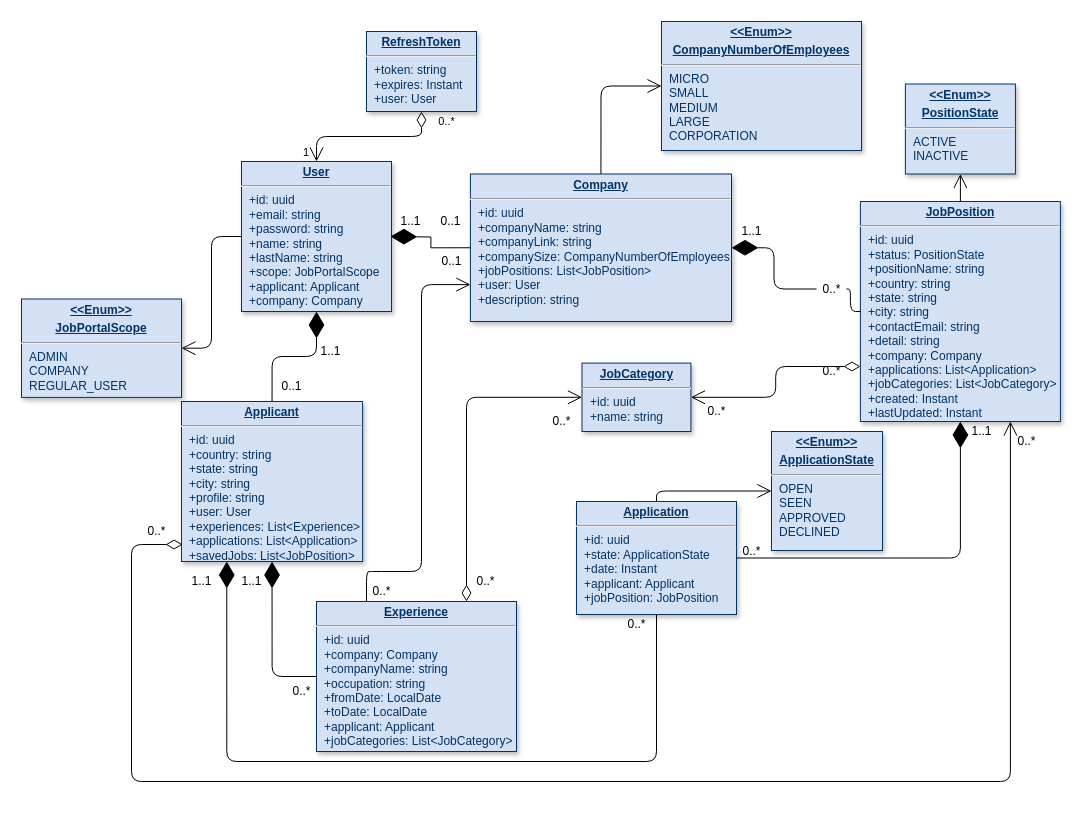
BUTAJI9l-IT/job-portal keeps this draw.io diagram as diagrams/Class.drawio. Above is the earlier version. Source tidied: cells renumbered, new cells numbered last; positions are measured from the earlier drawing's top-left corner, leaving out a move shared by most shapes. Both pictures are drawn from the tidied source at 100%, with x=0, y=0 at pixel (21, 21).
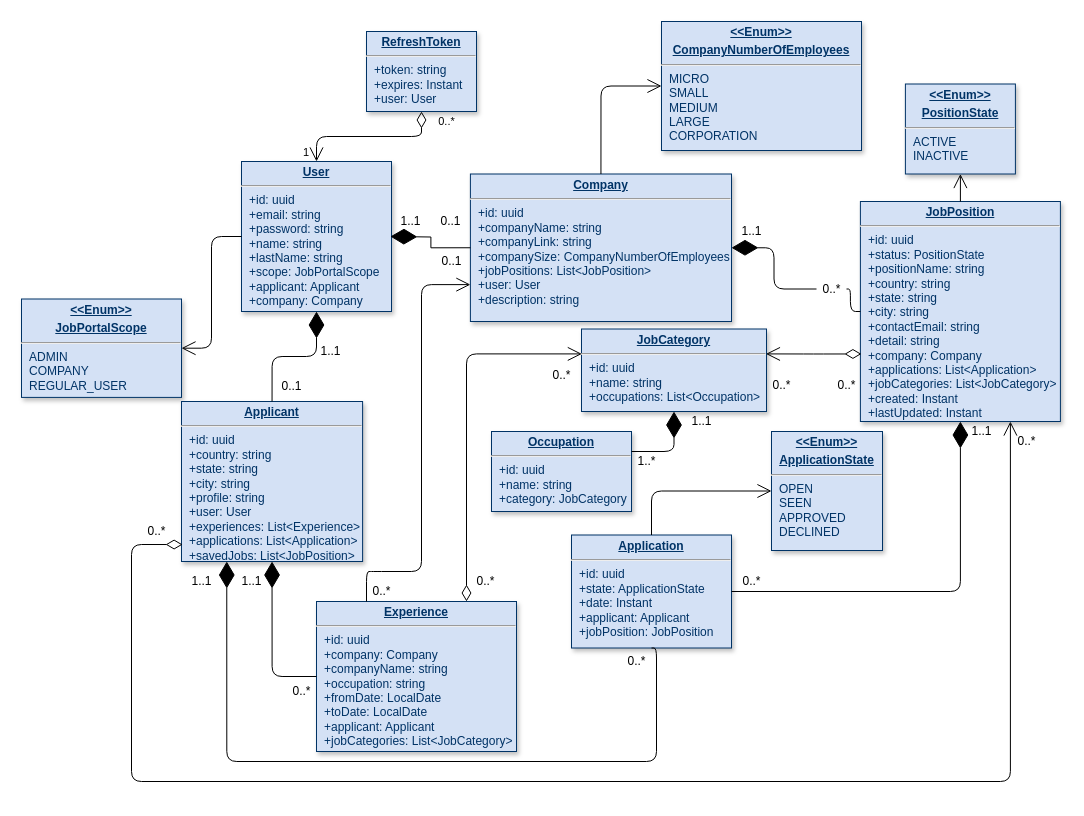
Above is the later version.

Unchanged cells that the change refers to:
```xml
<mxCell id="9" value="&lt;p style=&quot;margin: 0px; margin-top: 4px; text-align: center; text-decoration: underline;&quot;&gt;&lt;b&gt;JobPosition&lt;/b&gt;&lt;/p&gt;&lt;hr&gt;&lt;p style=&quot;margin: 0px; margin-left: 8px;&quot;&gt;+id: uuid&lt;/p&gt;&lt;p style=&quot;margin: 0px; margin-left: 8px;&quot;&gt;+status: PositionState&lt;/p&gt;&lt;p style=&quot;margin: 0px; margin-left: 8px;&quot;&gt;+positionName: string&lt;/p&gt;&lt;p style=&quot;margin: 0px; margin-left: 8px;&quot;&gt;+country: string&lt;/p&gt;&lt;p style=&quot;margin: 0px; margin-left: 8px;&quot;&gt;+state: string&lt;/p&gt;&lt;p style=&quot;margin: 0px; margin-left: 8px;&quot;&gt;+city: string&lt;/p&gt;&lt;p style=&quot;margin: 0px; margin-left: 8px;&quot;&gt;+contactEmail: string&lt;br&gt;+detail: string&lt;/p&gt;&lt;p style=&quot;margin: 0px; margin-left: 8px;&quot;&gt;+company: Company&lt;/p&gt;&lt;p style=&quot;margin: 0px; margin-left: 8px;&quot;&gt;+applications: List&amp;lt;Application&amp;gt;&lt;/p&gt;&lt;p style=&quot;margin: 0px; margin-left: 8px;&quot;&gt;+jobCategories: List&amp;lt;JobCategory&amp;gt;&lt;/p&gt;&lt;p style=&quot;margin: 0px; margin-left: 8px;&quot;&gt;+created: Instant&lt;/p&gt;&lt;p style=&quot;margin: 0px; margin-left: 8px;&quot;&gt;+lastUpdated: Instant&lt;/p&gt;" style="verticalAlign=top;align=left;overflow=fill;fontSize=12;fontFamily=Helvetica;html=1;strokeColor=#003366;shadow=1;fillColor=#D4E1F5;fontColor=#003366;" parent="1" vertex="1">
  <mxGeometry x="838.9" y="180" width="200" height="220" as="geometry" />
</mxCell>
<mxCell id="10" value="&lt;p style=&quot;margin: 0px; margin-top: 4px; text-align: center; text-decoration: underline;&quot;&gt;&lt;strong&gt;Experience&lt;/strong&gt;&lt;/p&gt;&lt;hr&gt;&lt;p style=&quot;margin: 0px; margin-left: 8px;&quot;&gt;+id: uuid&lt;/p&gt;&lt;p style=&quot;margin: 0px; margin-left: 8px;&quot;&gt;+company: Company&lt;/p&gt;&lt;p style=&quot;margin: 0px; margin-left: 8px;&quot;&gt;+companyName: string&lt;/p&gt;&lt;p style=&quot;margin: 0px; margin-left: 8px;&quot;&gt;+occupation: string&lt;/p&gt;&lt;p style=&quot;margin: 0px; margin-left: 8px;&quot;&gt;+fromDate&lt;span style=&quot;background-color: initial;&quot;&gt;: LocalDate&lt;/span&gt;&lt;/p&gt;&lt;p style=&quot;margin: 0px; margin-left: 8px;&quot;&gt;+toDate: LocalDate&lt;/p&gt;&lt;p style=&quot;margin: 0px; margin-left: 8px;&quot;&gt;+applicant: Applicant&lt;/p&gt;&lt;p style=&quot;margin: 0px; margin-left: 8px;&quot;&gt;+jobCategories: List&amp;lt;JobCategory&amp;gt;&lt;/p&gt;" style="verticalAlign=top;align=left;overflow=fill;fontSize=12;fontFamily=Helvetica;html=1;strokeColor=#003366;shadow=1;fillColor=#D4E1F5;fontColor=#003366;" parent="1" vertex="1">
  <mxGeometry x="295" y="580" width="200" height="150" as="geometry" />
</mxCell>
```

The edit, as a diff of the source:
```diff
@@
-    <mxCell id="6" value="&lt;p style=&quot;margin: 0px; margin-top: 4px; text-align: center; text-decoration: underline;&quot;&gt;&lt;strong&gt;JobCategory&lt;/strong&gt;&lt;/p&gt;&lt;hr&gt;&lt;p style=&quot;margin: 0px; margin-left: 8px;&quot;&gt;+id: uuid&lt;/p&gt;&lt;p style=&quot;margin: 0px; margin-left: 8px;&quot;&gt;+name: string&lt;/p&gt;" style="verticalAlign=top;align=left;overflow=fill;fontSize=12;fontFamily=Helvetica;html=1;strokeColor=#003366;shadow=1;fillColor=#D4E1F5;fontColor=#003366;" parent="1" vertex="1">
-      <mxGeometry x="560.5" y="341.6" width="108.9" height="68.4" as="geometry" />
+    <mxCell id="6" value="&lt;p style=&quot;margin: 0px; margin-top: 4px; text-align: center; text-decoration: underline;&quot;&gt;&lt;strong&gt;JobCategory&lt;/strong&gt;&lt;/p&gt;&lt;hr&gt;&lt;p style=&quot;margin: 0px; margin-left: 8px;&quot;&gt;+id: uuid&lt;/p&gt;&lt;p style=&quot;margin: 0px; margin-left: 8px;&quot;&gt;+name: string&lt;/p&gt;&lt;p style=&quot;margin: 0px; margin-left: 8px;&quot;&gt;+occupations: List&amp;lt;Occupation&amp;gt;&lt;/p&gt;" style="verticalAlign=top;align=left;overflow=fill;fontSize=12;fontFamily=Helvetica;html=1;strokeColor=#003366;shadow=1;fillColor=#D4E1F5;fontColor=#003366;" parent="1" vertex="1">
+      <mxGeometry x="560" y="307.5" width="185" height="82.5" as="geometry" />
     </mxCell>
     <mxCell id="7" value="&lt;p style=&quot;margin: 0px; margin-top: 4px; text-align: center; text-decoration: underline;&quot;&gt;&lt;b&gt;Application&lt;/b&gt;&lt;/p&gt;&lt;hr&gt;&lt;p style=&quot;margin: 0px; margin-left: 8px;&quot;&gt;+id: uuid&lt;/p&gt;&lt;p style=&quot;margin: 0px; margin-left: 8px;&quot;&gt;+state: ApplicationState&lt;/p&gt;&lt;p style=&quot;margin: 0px; margin-left: 8px;&quot;&gt;+date: Instant&lt;/p&gt;&lt;p style=&quot;margin: 0px; margin-left: 8px;&quot;&gt;+applicant: Applicant&lt;/p&gt;&lt;p style=&quot;margin: 0px; margin-left: 8px;&quot;&gt;+jobPosition: JobPosition&lt;/p&gt;" style="verticalAlign=top;align=left;overflow=fill;fontSize=12;fontFamily=Helvetica;html=1;strokeColor=#003366;shadow=1;fillColor=#D4E1F5;fontColor=#003366;" parent="1" vertex="1">
-      <mxGeometry x="555" y="480" width="160" height="113" as="geometry" />
+      <mxGeometry x="550" y="513.5" width="160" height="113" as="geometry" />
     </mxCell>
@@
     <mxCell id="21" value="0..*" style="text;html=1;align=center;verticalAlign=middle;strokeColor=none;fillColor=none;" parent="1" vertex="1">
-      <mxGeometry x="715" y="520" width="30" height="20" as="geometry" />
+      <mxGeometry x="715" y="550" width="30" height="20" as="geometry" />
     </mxCell>
@@
-    <mxCell id="24" value="1" style="endArrow=open;html=1;endSize=12;startArrow=diamondThin;startSize=14;startFill=0;edgeStyle=orthogonalEdgeStyle;align=left;verticalAlign=bottom;rounded=1;exitX=0;exitY=0.75;exitDx=0;exitDy=0;entryX=1;entryY=0.5;entryDx=0;entryDy=0;strokeWidth=1;fontColor=none;noLabel=1;" parent="1" edge="1" source="9" target="6">
+    <mxCell id="24" value="1" style="endArrow=open;html=1;endSize=12;startArrow=diamondThin;startSize=14;startFill=0;edgeStyle=orthogonalEdgeStyle;align=left;verticalAlign=bottom;rounded=1;exitX=0.005;exitY=0.693;exitDx=0;exitDy=0;strokeWidth=1;fontColor=none;noLabel=1;exitPerimeter=0;entryX=0.997;entryY=0.302;entryDx=0;entryDy=0;entryPerimeter=0;" parent="1" edge="1" source="9" target="6">
       <mxGeometry x="-1" y="235" relative="1" as="geometry">
         <mxPoint x="211" y="-132" as="offset" />
       </mxGeometry>
     </mxCell>
     <mxCell id="25" value="0..*" style="text;html=1;align=center;verticalAlign=middle;strokeColor=none;fillColor=none;" parent="1" vertex="1">
-      <mxGeometry x="680" y="380" width="30" height="20" as="geometry" />
+      <mxGeometry x="745" y="354" width="30" height="20" as="geometry" />
     </mxCell>
@@
     <mxCell id="32" value="0..*" style="text;html=1;align=center;verticalAlign=middle;strokeColor=none;fillColor=none;" parent="1" vertex="1">
-      <mxGeometry x="795" y="340" width="30" height="20" as="geometry" />
+      <mxGeometry x="810" y="354" width="30" height="20" as="geometry" />
     </mxCell>
-    <mxCell id="33" value="1" style="endArrow=open;html=1;endSize=12;startArrow=diamondThin;startSize=14;startFill=0;edgeStyle=orthogonalEdgeStyle;align=left;verticalAlign=bottom;rounded=1;exitX=0.75;exitY=0;exitDx=0;exitDy=0;entryX=0;entryY=0.5;entryDx=0;entryDy=0;strokeWidth=1;fontColor=none;noLabel=1;" parent="1" edge="1" source="10" target="6">
+    <mxCell id="33" value="1" style="endArrow=open;html=1;endSize=12;startArrow=diamondThin;startSize=14;startFill=0;edgeStyle=orthogonalEdgeStyle;align=left;verticalAlign=bottom;rounded=1;exitX=0.75;exitY=0;exitDx=0;exitDy=0;entryX=0.002;entryY=0.302;entryDx=0;entryDy=0;strokeWidth=1;fontColor=none;noLabel=1;entryPerimeter=0;" parent="1" edge="1" source="10" target="6">
       <mxGeometry x="-1" y="235" relative="1" as="geometry">
         <mxPoint x="211" y="-132" as="offset" />
       </mxGeometry>
     </mxCell>
     <mxCell id="34" value="0..*" style="text;html=1;align=center;verticalAlign=middle;strokeColor=none;fillColor=none;" parent="1" vertex="1">
-      <mxGeometry x="525" y="390" width="30" height="20" as="geometry" />
+      <mxGeometry x="525" y="344" width="30" height="20" as="geometry" />
     </mxCell>
@@
     <mxCell id="43" value="0..*" style="text;html=1;align=center;verticalAlign=middle;strokeColor=none;fillColor=none;" parent="1" vertex="1">
-      <mxGeometry x="600" y="593" width="30" height="20" as="geometry" />
+      <mxGeometry x="600" y="630" width="30" height="20" as="geometry" />
     </mxCell>
@@
+    <mxCell id="51" value="&lt;p style=&quot;margin: 0px; margin-top: 4px; text-align: center; text-decoration: underline;&quot;&gt;&lt;strong&gt;Occupation&lt;/strong&gt;&lt;/p&gt;&lt;hr&gt;&lt;p style=&quot;margin: 0px; margin-left: 8px;&quot;&gt;+id: uuid&lt;/p&gt;&lt;p style=&quot;margin: 0px; margin-left: 8px;&quot;&gt;+name: string&lt;/p&gt;&lt;p style=&quot;margin: 0px; margin-left: 8px;&quot;&gt;+category: JobCategory&lt;/p&gt;" style="verticalAlign=top;align=left;overflow=fill;fontSize=12;fontFamily=Helvetica;html=1;strokeColor=#003366;shadow=1;fillColor=#D4E1F5;fontColor=#003366;" parent="1" vertex="1">
+      <mxGeometry x="470" y="410" width="140" height="80" as="geometry" />
+    </mxCell>
+    <mxCell id="52" style="endArrow=diamondThin;endFill=1;endSize=24;html=1;rounded=1;entryX=0.5;entryY=1;entryDx=0;entryDy=0;exitX=1;exitY=0.25;exitDx=0;exitDy=0;edgeStyle=orthogonalEdgeStyle;" parent="1" edge="1" source="51" target="6">
+      <mxGeometry relative="1" as="geometry" />
+    </mxCell>
+    <mxCell id="53" value="1..1" style="text;html=1;align=center;verticalAlign=middle;strokeColor=none;fillColor=none;" parent="1" vertex="1">
+      <mxGeometry x="660" y="390" width="40" height="20" as="geometry" />
+    </mxCell>
+    <mxCell id="54" value="1..*" style="text;html=1;align=center;verticalAlign=middle;strokeColor=none;fillColor=none;" parent="1" vertex="1">
+      <mxGeometry x="610" y="430" width="30" height="20" as="geometry" />
+    </mxCell>
```
